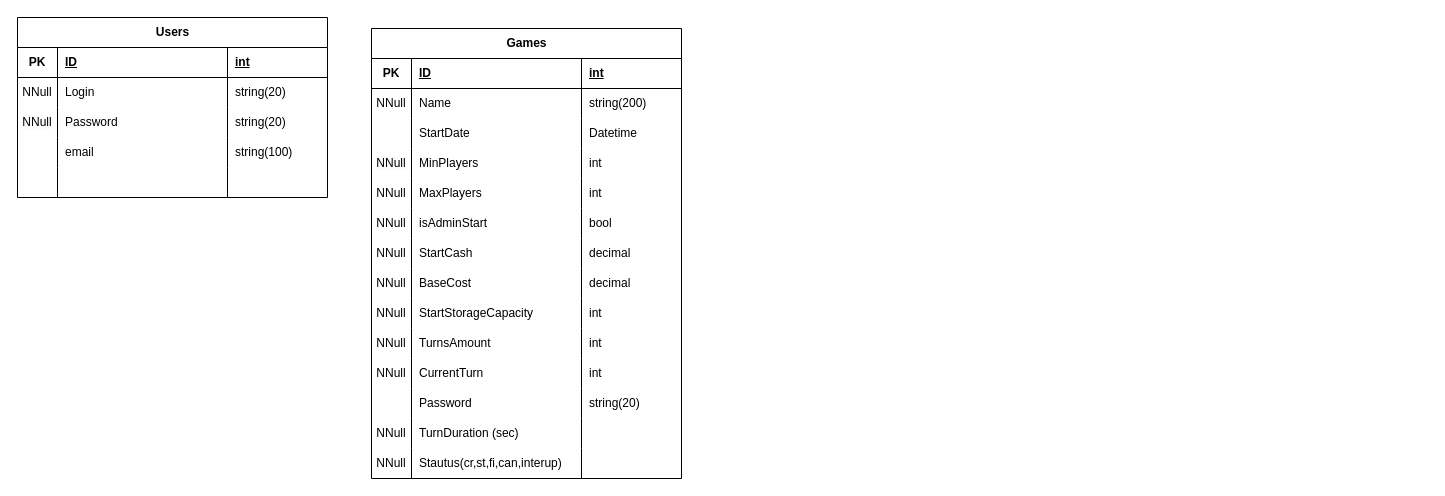
ligertgit/sdudy keeps this draw.io diagram as ERDTravellingB.drawio. Above is the earlier version. Source tidied: cells renumbered, new cells numbered last; positions are measured from the earlier drawing's top-left corner, leaving out a move shared by most shapes. Both pictures are drawn from the tidied source at 100%, with x=0, y=0 at pixel (17, 17).
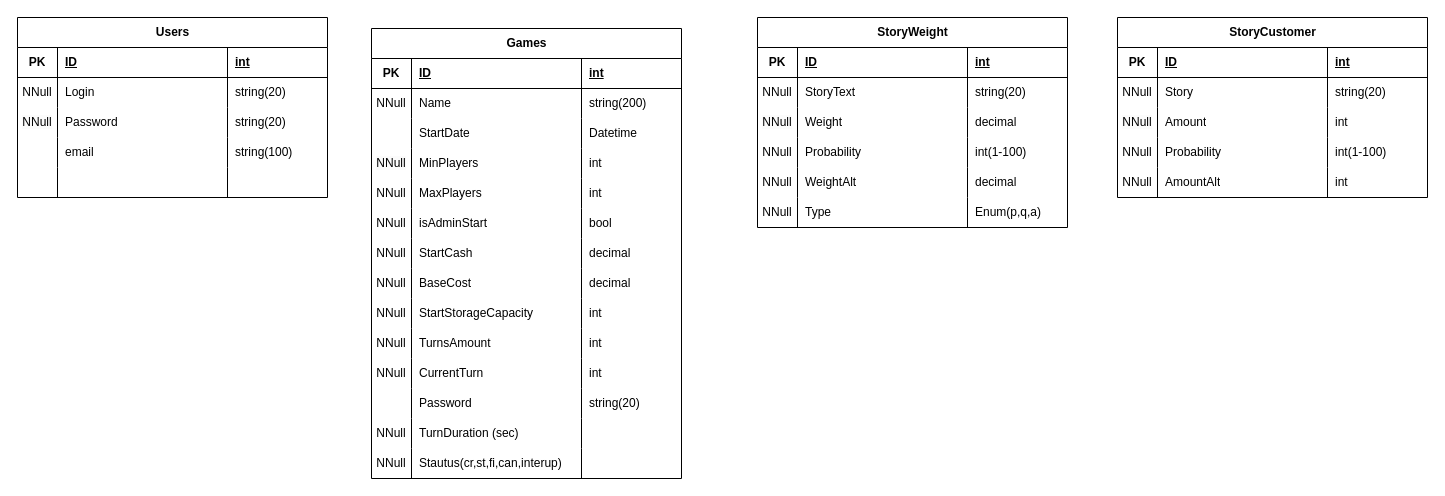
The same diagram, later.

Diff of the diagram source:
```diff
@@
+    <mxCell id="80" value="StoryWeight" style="shape=table;startSize=30;childLayout=tableLayout;rowLines=0;fontStyle=1;align=center;html=1;" parent="1" vertex="1">
+      <mxGeometry x="740" width="310" height="210" as="geometry" />
+    </mxCell>
+    <mxCell id="81" style="shape=tableRow;horizontal=0;startSize=0;swimlaneHead=0;swimlaneBody=0;fillColor=none;top=0;left=0;right=0;bottom=1;" parent="80" vertex="1">
+      <mxGeometry y="30" width="310" height="30" as="geometry" />
+    </mxCell>
+    <mxCell id="82" value="PK" style="shape=partialRectangle;fillColor=none;top=0;left=0;bottom=0;right=0;fontStyle=1;overflow=hidden;whiteSpace=wrap;html=1;" parent="81" vertex="1">
+      <mxGeometry width="40" height="30" as="geometry" />
+    </mxCell>
+    <mxCell id="83" value="ID" style="shape=partialRectangle;fillColor=none;top=0;left=0;bottom=0;right=0;align=left;spacingLeft=6;fontStyle=5;overflow=hidden;whiteSpace=wrap;html=1;" parent="81" vertex="1">
+      <mxGeometry x="40" width="170" height="30" as="geometry" />
+    </mxCell>
+    <mxCell id="84" value="int" style="shape=partialRectangle;fillColor=none;top=0;left=0;bottom=0;right=0;align=left;spacingLeft=6;fontStyle=5;overflow=hidden;whiteSpace=wrap;html=1;" parent="81" vertex="1">
+      <mxGeometry x="210" width="100" height="30" as="geometry" />
+    </mxCell>
+    <mxCell id="85" style="shape=tableRow;horizontal=0;startSize=0;swimlaneHead=0;swimlaneBody=0;fillColor=none;top=0;left=0;right=0;bottom=0;" parent="80" vertex="1">
+      <mxGeometry y="60" width="310" height="30" as="geometry" />
+    </mxCell>
+    <mxCell id="86" value="NNull" style="shape=partialRectangle;fillColor=none;top=0;left=0;bottom=0;right=0;overflow=hidden;whiteSpace=wrap;html=1;" parent="85" vertex="1">
+      <mxGeometry width="40" height="30" as="geometry" />
+    </mxCell>
+    <mxCell id="87" value="StoryText" style="shape=partialRectangle;fillColor=none;top=0;left=0;bottom=0;right=0;align=left;spacingLeft=6;overflow=hidden;whiteSpace=wrap;html=1;" parent="85" vertex="1">
+      <mxGeometry x="40" width="170" height="30" as="geometry" />
+    </mxCell>
+    <mxCell id="88" value="string(20)" style="shape=partialRectangle;fillColor=none;top=0;left=0;bottom=0;right=0;align=left;spacingLeft=6;overflow=hidden;whiteSpace=wrap;html=1;" parent="85" vertex="1">
+      <mxGeometry x="210" width="100" height="30" as="geometry" />
+    </mxCell>
+    <mxCell id="89" style="shape=tableRow;horizontal=0;startSize=0;swimlaneHead=0;swimlaneBody=0;fillColor=none;top=0;left=0;right=0;bottom=0;" parent="80" vertex="1">
+      <mxGeometry y="90" width="310" height="30" as="geometry" />
+    </mxCell>
+    <mxCell id="90" value="&lt;span style=&quot;color: rgb(0, 0, 0); font-family: Helvetica; font-size: 12px; font-style: normal; font-variant-ligatures: normal; font-variant-caps: normal; font-weight: 400; letter-spacing: normal; orphans: 2; text-align: center; text-indent: 0px; text-transform: none; widows: 2; word-spacing: 0px; -webkit-text-stroke-width: 0px; background-color: rgb(251, 251, 251); text-decoration-thickness: initial; text-decoration-style: initial; text-decoration-color: initial; float: none; display: inline !important;&quot;&gt;NNull&lt;/span&gt;" style="shape=partialRectangle;fillColor=none;top=0;left=0;bottom=0;right=0;overflow=hidden;whiteSpace=wrap;html=1;" parent="89" vertex="1">
+      <mxGeometry width="40" height="30" as="geometry" />
+    </mxCell>
+    <mxCell id="91" value="Weight" style="shape=partialRectangle;fillColor=none;top=0;left=0;bottom=0;right=0;align=left;spacingLeft=6;overflow=hidden;whiteSpace=wrap;html=1;" parent="89" vertex="1">
+      <mxGeometry x="40" width="170" height="30" as="geometry" />
+    </mxCell>
+    <mxCell id="92" value="decimal" style="shape=partialRectangle;fillColor=none;top=0;left=0;bottom=0;right=0;align=left;spacingLeft=6;overflow=hidden;whiteSpace=wrap;html=1;" parent="89" vertex="1">
+      <mxGeometry x="210" width="100" height="30" as="geometry" />
+    </mxCell>
+    <mxCell id="93" style="shape=tableRow;horizontal=0;startSize=0;swimlaneHead=0;swimlaneBody=0;fillColor=none;top=0;left=0;right=0;bottom=0;" parent="80" vertex="1">
+      <mxGeometry y="120" width="310" height="30" as="geometry" />
+    </mxCell>
+    <mxCell id="94" value="NNull" style="shape=partialRectangle;fillColor=none;top=0;left=0;bottom=0;right=0;overflow=hidden;whiteSpace=wrap;html=1;" parent="93" vertex="1">
+      <mxGeometry width="40" height="30" as="geometry" />
+    </mxCell>
+    <mxCell id="95" value="Probability" style="shape=partialRectangle;fillColor=none;top=0;left=0;bottom=0;right=0;align=left;spacingLeft=6;overflow=hidden;whiteSpace=wrap;html=1;" parent="93" vertex="1">
+      <mxGeometry x="40" width="170" height="30" as="geometry" />
+    </mxCell>
+    <mxCell id="96" value="int(1-100)" style="shape=partialRectangle;fillColor=none;top=0;left=0;bottom=0;right=0;align=left;spacingLeft=6;overflow=hidden;whiteSpace=wrap;html=1;" parent="93" vertex="1">
+      <mxGeometry x="210" width="100" height="30" as="geometry" />
+    </mxCell>
+    <mxCell id="97" style="shape=tableRow;horizontal=0;startSize=0;swimlaneHead=0;swimlaneBody=0;fillColor=none;top=0;left=0;right=0;bottom=0;" parent="80" vertex="1">
+      <mxGeometry y="150" width="310" height="30" as="geometry" />
+    </mxCell>
+    <mxCell id="98" value="NNull" style="shape=partialRectangle;fillColor=none;top=0;left=0;bottom=0;right=0;overflow=hidden;whiteSpace=wrap;html=1;" parent="97" vertex="1">
+      <mxGeometry width="40" height="30" as="geometry" />
+    </mxCell>
+    <mxCell id="99" value="WeightAlt" style="shape=partialRectangle;fillColor=none;top=0;left=0;bottom=0;right=0;align=left;spacingLeft=6;overflow=hidden;whiteSpace=wrap;html=1;" parent="97" vertex="1">
+      <mxGeometry x="40" width="170" height="30" as="geometry" />
+    </mxCell>
+    <mxCell id="100" value="decimal" style="shape=partialRectangle;fillColor=none;top=0;left=0;bottom=0;right=0;align=left;spacingLeft=6;overflow=hidden;whiteSpace=wrap;html=1;" parent="97" vertex="1">
+      <mxGeometry x="210" width="100" height="30" as="geometry" />
+    </mxCell>
+    <mxCell id="101" style="shape=tableRow;horizontal=0;startSize=0;swimlaneHead=0;swimlaneBody=0;fillColor=none;top=0;left=0;right=0;bottom=0;" parent="80" vertex="1">
+      <mxGeometry y="180" width="310" height="30" as="geometry" />
+    </mxCell>
+    <mxCell id="102" value="NNull" style="shape=partialRectangle;fillColor=none;top=0;left=0;bottom=0;right=0;overflow=hidden;whiteSpace=wrap;html=1;" parent="101" vertex="1">
+      <mxGeometry width="40" height="30" as="geometry" />
+    </mxCell>
+    <mxCell id="103" value="Type" style="shape=partialRectangle;fillColor=none;top=0;left=0;bottom=0;right=0;align=left;spacingLeft=6;overflow=hidden;whiteSpace=wrap;html=1;" parent="101" vertex="1">
+      <mxGeometry x="40" width="170" height="30" as="geometry" />
+    </mxCell>
+    <mxCell id="104" value="Enum(p,q,a)" style="shape=partialRectangle;fillColor=none;top=0;left=0;bottom=0;right=0;align=left;spacingLeft=6;overflow=hidden;whiteSpace=wrap;html=1;" parent="101" vertex="1">
+      <mxGeometry x="210" width="100" height="30" as="geometry" />
+    </mxCell>
+    <mxCell id="105" value="StoryCustomer" style="shape=table;startSize=30;childLayout=tableLayout;rowLines=0;fontStyle=1;align=center;html=1;" parent="1" vertex="1">
+      <mxGeometry x="1100" width="310" height="180" as="geometry" />
+    </mxCell>
+    <mxCell id="106" style="shape=tableRow;horizontal=0;startSize=0;swimlaneHead=0;swimlaneBody=0;fillColor=none;top=0;left=0;right=0;bottom=1;" parent="105" vertex="1">
+      <mxGeometry y="30" width="310" height="30" as="geometry" />
+    </mxCell>
+    <mxCell id="107" value="PK" style="shape=partialRectangle;fillColor=none;top=0;left=0;bottom=0;right=0;fontStyle=1;overflow=hidden;whiteSpace=wrap;html=1;" parent="106" vertex="1">
+      <mxGeometry width="40" height="30" as="geometry" />
+    </mxCell>
+    <mxCell id="108" value="ID" style="shape=partialRectangle;fillColor=none;top=0;left=0;bottom=0;right=0;align=left;spacingLeft=6;fontStyle=5;overflow=hidden;whiteSpace=wrap;html=1;" parent="106" vertex="1">
+      <mxGeometry x="40" width="170" height="30" as="geometry" />
+    </mxCell>
+    <mxCell id="109" value="int" style="shape=partialRectangle;fillColor=none;top=0;left=0;bottom=0;right=0;align=left;spacingLeft=6;fontStyle=5;overflow=hidden;whiteSpace=wrap;html=1;" parent="106" vertex="1">
+      <mxGeometry x="210" width="100" height="30" as="geometry" />
+    </mxCell>
+    <mxCell id="110" style="shape=tableRow;horizontal=0;startSize=0;swimlaneHead=0;swimlaneBody=0;fillColor=none;top=0;left=0;right=0;bottom=0;" parent="105" vertex="1">
+      <mxGeometry y="60" width="310" height="30" as="geometry" />
+    </mxCell>
+    <mxCell id="111" value="NNull" style="shape=partialRectangle;fillColor=none;top=0;left=0;bottom=0;right=0;overflow=hidden;whiteSpace=wrap;html=1;" parent="110" vertex="1">
+      <mxGeometry width="40" height="30" as="geometry" />
+    </mxCell>
+    <mxCell id="112" value="Story" style="shape=partialRectangle;fillColor=none;top=0;left=0;bottom=0;right=0;align=left;spacingLeft=6;overflow=hidden;whiteSpace=wrap;html=1;" parent="110" vertex="1">
+      <mxGeometry x="40" width="170" height="30" as="geometry" />
+    </mxCell>
+    <mxCell id="113" value="string(20)" style="shape=partialRectangle;fillColor=none;top=0;left=0;bottom=0;right=0;align=left;spacingLeft=6;overflow=hidden;whiteSpace=wrap;html=1;" parent="110" vertex="1">
+      <mxGeometry x="210" width="100" height="30" as="geometry" />
+    </mxCell>
+    <mxCell id="114" style="shape=tableRow;horizontal=0;startSize=0;swimlaneHead=0;swimlaneBody=0;fillColor=none;top=0;left=0;right=0;bottom=0;" parent="105" vertex="1">
+      <mxGeometry y="90" width="310" height="30" as="geometry" />
+    </mxCell>
+    <mxCell id="115" value="&lt;span style=&quot;color: rgb(0, 0, 0); font-family: Helvetica; font-size: 12px; font-style: normal; font-variant-ligatures: normal; font-variant-caps: normal; font-weight: 400; letter-spacing: normal; orphans: 2; text-align: center; text-indent: 0px; text-transform: none; widows: 2; word-spacing: 0px; -webkit-text-stroke-width: 0px; background-color: rgb(251, 251, 251); text-decoration-thickness: initial; text-decoration-style: initial; text-decoration-color: initial; float: none; display: inline !important;&quot;&gt;NNull&lt;/span&gt;" style="shape=partialRectangle;fillColor=none;top=0;left=0;bottom=0;right=0;overflow=hidden;whiteSpace=wrap;html=1;" parent="114" vertex="1">
+      <mxGeometry width="40" height="30" as="geometry" />
+    </mxCell>
+    <mxCell id="116" value="Amount" style="shape=partialRectangle;fillColor=none;top=0;left=0;bottom=0;right=0;align=left;spacingLeft=6;overflow=hidden;whiteSpace=wrap;html=1;" parent="114" vertex="1">
+      <mxGeometry x="40" width="170" height="30" as="geometry" />
+    </mxCell>
+    <mxCell id="117" value="int" style="shape=partialRectangle;fillColor=none;top=0;left=0;bottom=0;right=0;align=left;spacingLeft=6;overflow=hidden;whiteSpace=wrap;html=1;" parent="114" vertex="1">
+      <mxGeometry x="210" width="100" height="30" as="geometry" />
+    </mxCell>
+    <mxCell id="118" style="shape=tableRow;horizontal=0;startSize=0;swimlaneHead=0;swimlaneBody=0;fillColor=none;top=0;left=0;right=0;bottom=0;" parent="105" vertex="1">
+      <mxGeometry y="120" width="310" height="30" as="geometry" />
+    </mxCell>
+    <mxCell id="119" value="NNull" style="shape=partialRectangle;fillColor=none;top=0;left=0;bottom=0;right=0;overflow=hidden;whiteSpace=wrap;html=1;" parent="118" vertex="1">
+      <mxGeometry width="40" height="30" as="geometry" />
+    </mxCell>
+    <mxCell id="120" value="Probability" style="shape=partialRectangle;fillColor=none;top=0;left=0;bottom=0;right=0;align=left;spacingLeft=6;overflow=hidden;whiteSpace=wrap;html=1;" parent="118" vertex="1">
+      <mxGeometry x="40" width="170" height="30" as="geometry" />
+    </mxCell>
+    <mxCell id="121" value="int(1-100)" style="shape=partialRectangle;fillColor=none;top=0;left=0;bottom=0;right=0;align=left;spacingLeft=6;overflow=hidden;whiteSpace=wrap;html=1;" parent="118" vertex="1">
+      <mxGeometry x="210" width="100" height="30" as="geometry" />
+    </mxCell>
+    <mxCell id="122" style="shape=tableRow;horizontal=0;startSize=0;swimlaneHead=0;swimlaneBody=0;fillColor=none;top=0;left=0;right=0;bottom=0;" parent="105" vertex="1">
+      <mxGeometry y="150" width="310" height="30" as="geometry" />
+    </mxCell>
+    <mxCell id="123" value="NNull" style="shape=partialRectangle;fillColor=none;top=0;left=0;bottom=0;right=0;overflow=hidden;whiteSpace=wrap;html=1;" parent="122" vertex="1">
+      <mxGeometry width="40" height="30" as="geometry" />
+    </mxCell>
+    <mxCell id="124" value="AmountAlt" style="shape=partialRectangle;fillColor=none;top=0;left=0;bottom=0;right=0;align=left;spacingLeft=6;overflow=hidden;whiteSpace=wrap;html=1;" parent="122" vertex="1">
+      <mxGeometry x="40" width="170" height="30" as="geometry" />
+    </mxCell>
+    <mxCell id="125" value="int" style="shape=partialRectangle;fillColor=none;top=0;left=0;bottom=0;right=0;align=left;spacingLeft=6;overflow=hidden;whiteSpace=wrap;html=1;" parent="122" vertex="1">
+      <mxGeometry x="210" width="100" height="30" as="geometry" />
+    </mxCell>
```
